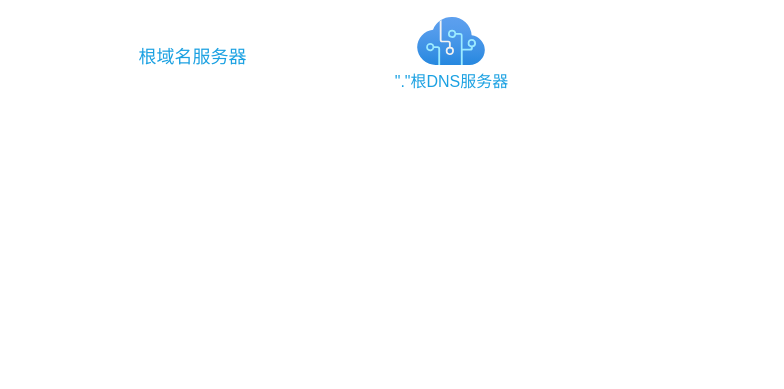
Above: DNS层次.drawio in wintrysec/img (draw.io), before the change. Source tidied: cells renumbered, new cells numbered last; positions are measured from the earlier drawing's top-left corner, leaving out a move shared by most shapes. Both pictures are drawn from the tidied source at 100%, with x=0, y=0 at pixel (127, 17).
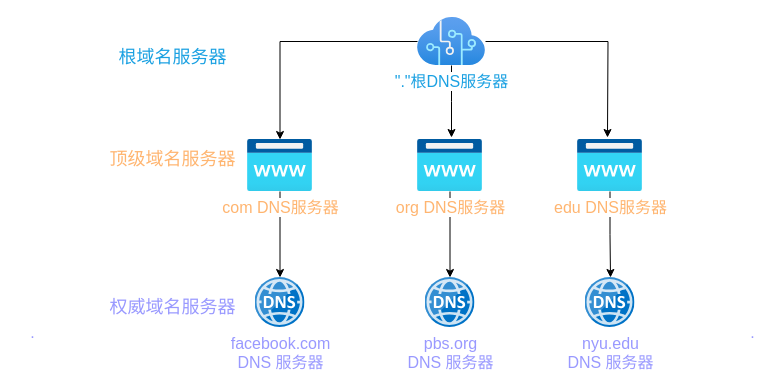
The same page after the edit.

Unchanged cells that the change refers to:
```xml
<mxCell id="2" value="&lt;font color=&quot;#1ba1e2&quot; style=&quot;font-size: 16px;&quot;&gt;&quot;.&quot;根DNS服务器&lt;/font&gt;" style="html=1;points=[];align=center;image;fontSize=12;image=img/lib/azure2/ai_machine_learning/Cognitive_Services.svg;" parent="1" vertex="1">
  <mxGeometry x="290" width="68" height="48" as="geometry" />
</mxCell>
```

The edit, as a diff of the source:
```diff
@@
+    <mxCell id="4" style="edgeStyle=orthogonalEdgeStyle;rounded=0;jettySize=auto;html=1;fontSize=16;fontColor=#9999FF;" parent="1" edge="1" source="2" target="11">
+      <mxGeometry relative="1" as="geometry" />
+    </mxCell>
+    <mxCell id="5" style="edgeStyle=orthogonalEdgeStyle;rounded=0;jettySize=auto;html=1;fontSize=16;fontColor=#9999FF;" parent="1" edge="1" source="2">
+      <mxGeometry relative="1" as="geometry">
+        <mxPoint x="324" y="120" as="targetPoint" />
+      </mxGeometry>
+    </mxCell>
+    <mxCell id="6" style="edgeStyle=orthogonalEdgeStyle;rounded=0;jettySize=auto;html=1;fontSize=16;fontColor=#9999FF;" parent="1" edge="1" source="2">
+      <mxGeometry relative="1" as="geometry">
+        <mxPoint x="480" y="120" as="targetPoint" />
+      </mxGeometry>
+    </mxCell>
@@
     <mxCell id="3" value="&lt;font style=&quot;font-size: 18px;&quot;&gt;根域名服务器&lt;/font&gt;" style="text;html=1;align=center;verticalAlign=middle;fillColor=none;strokeColor=none;rounded=0;fontColor=#1BA1E2;" parent="1" vertex="1">
-      <mxGeometry y="20" width="130" height="40" as="geometry" />
+      <mxGeometry x="-20" y="20" width="130" height="40" as="geometry" />
     </mxCell>
+    <mxCell id="7" value="&lt;font style=&quot;font-size: 16px;&quot; color=&quot;#9999ff&quot;&gt;facebook.com&lt;br&gt;DNS 服务器&lt;br&gt;&lt;/font&gt;" style="sketch=0;html=1;points=[];align=center;image;fontSize=12;image=img/lib/mscae/DNS.svg;fontColor=#7EA6E0;" parent="1" vertex="1">
+      <mxGeometry x="127.5" y="260" width="50" height="50" as="geometry" />
+    </mxCell>
+    <mxCell id="8" style="edgeStyle=orthogonalEdgeStyle;rounded=0;jettySize=auto;html=1;fontSize=16;fontColor=#9999FF;" parent="1" edge="1" source="9" target="16">
+      <mxGeometry relative="1" as="geometry" />
+    </mxCell>
+    <mxCell id="9" value="&lt;font color=&quot;#ffb570&quot; style=&quot;font-size: 16px;&quot;&gt;org DNS服务器&lt;/font&gt;" style="html=1;points=[];align=center;image;fontSize=12;image=img/lib/azure2/app_services/App_Service_Domains.svg;fontColor=#7EA6E0;" parent="1" vertex="1">
+      <mxGeometry x="290" y="122" width="65" height="52" as="geometry" />
+    </mxCell>
+    <mxCell id="10" style="edgeStyle=orthogonalEdgeStyle;rounded=0;jettySize=auto;html=1;fontSize=16;fontColor=#9999FF;" parent="1" edge="1" source="11" target="7">
+      <mxGeometry relative="1" as="geometry" />
+    </mxCell>
+    <mxCell id="11" value="&lt;font color=&quot;#ffb570&quot; style=&quot;font-size: 16px;&quot;&gt;com DNS服务器&lt;/font&gt;" style="html=1;points=[];align=center;image;fontSize=12;image=img/lib/azure2/app_services/App_Service_Domains.svg;fontColor=#7EA6E0;" parent="1" vertex="1">
+      <mxGeometry x="120" y="122" width="65" height="52" as="geometry" />
+    </mxCell>
+    <mxCell id="12" style="edgeStyle=orthogonalEdgeStyle;rounded=0;jettySize=auto;html=1;fontSize=16;fontColor=#9999FF;entryX=0.51;entryY=0;entryDx=0;entryDy=0;entryPerimeter=0;" parent="1" edge="1" source="13" target="17">
+      <mxGeometry relative="1" as="geometry" />
+    </mxCell>
+    <mxCell id="13" value="&lt;font color=&quot;#ffb570&quot; style=&quot;font-size: 16px;&quot;&gt;edu DNS服务器&lt;/font&gt;" style="html=1;points=[];align=center;image;fontSize=12;image=img/lib/azure2/app_services/App_Service_Domains.svg;fontColor=#7EA6E0;" parent="1" vertex="1">
+      <mxGeometry x="450" y="122" width="65" height="52" as="geometry" />
+    </mxCell>
+    <mxCell id="14" value="&lt;font color=&quot;#ffb570&quot; style=&quot;font-size: 18px;&quot;&gt;顶级域名服务器&lt;/font&gt;" style="text;html=1;align=center;verticalAlign=middle;fillColor=none;strokeColor=none;rounded=0;fontColor=#1BA1E2;" parent="1" vertex="1">
+      <mxGeometry x="-30" y="122" width="150" height="40" as="geometry" />
+    </mxCell>
+    <mxCell id="15" value="&lt;font color=&quot;#9999ff&quot; style=&quot;font-size: 18px;&quot;&gt;权威域名服务器&lt;/font&gt;" style="text;html=1;align=center;verticalAlign=middle;fillColor=none;strokeColor=none;rounded=0;fontColor=#1BA1E2;" parent="1" vertex="1">
+      <mxGeometry x="-30" y="270" width="150" height="40" as="geometry" />
+    </mxCell>
+    <mxCell id="16" value="&lt;font style=&quot;font-size: 16px;&quot; color=&quot;#9999ff&quot;&gt;pbs.org&lt;br&gt;DNS 服务器&lt;br&gt;&lt;/font&gt;" style="sketch=0;html=1;points=[];align=center;image;fontSize=12;image=img/lib/mscae/DNS.svg;fontColor=#7EA6E0;" parent="1" vertex="1">
+      <mxGeometry x="297.5" y="260" width="50" height="50" as="geometry" />
+    </mxCell>
+    <mxCell id="17" value="&lt;font style=&quot;font-size: 16px;&quot; color=&quot;#9999ff&quot;&gt;nyu.edu&lt;br&gt;DNS 服务器&lt;br&gt;&lt;/font&gt;" style="sketch=0;html=1;points=[];align=center;image;fontSize=12;image=img/lib/mscae/DNS.svg;fontColor=#7EA6E0;" parent="1" vertex="1">
+      <mxGeometry x="457.5" y="260" width="50" height="50" as="geometry" />
+    </mxCell>
+    <mxCell id="18" value="." style="text;html=1;align=center;verticalAlign=middle;fillColor=none;strokeColor=none;rounded=0;fontSize=16;fontColor=#9999FF;" parent="1" vertex="1">
+      <mxGeometry x="610" y="300" width="30" height="30" as="geometry" />
+    </mxCell>
+    <mxCell id="19" value="." style="text;html=1;align=center;verticalAlign=middle;fillColor=none;strokeColor=none;rounded=0;fontSize=16;fontColor=#9999FF;" parent="1" vertex="1">
+      <mxGeometry x="-110" y="300" width="30" height="30" as="geometry" />
+    </mxCell>
```
